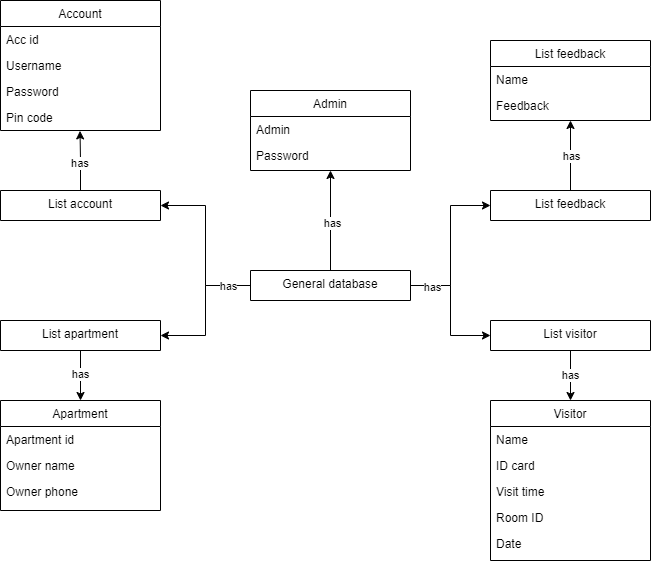
The draw.io diagram diagram/Class Diagram.drawio.png in duongminhthanh/app_system_management_visitor_for_old_aparment, before a commit. Source tidied: cells renumbered, new cells last; positions are measured from the earlier drawing's top-left corner, leaving out a move shared by most shapes.
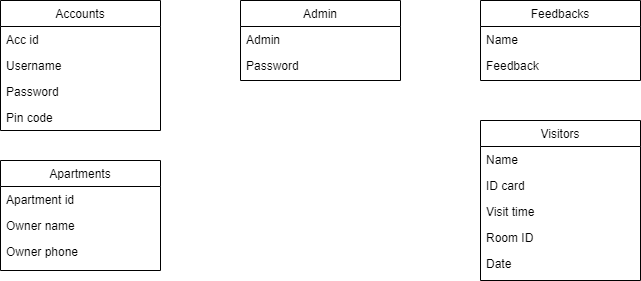
The same diagram one commit later.

What changed in the source:
```diff
@@ -2,8 +2,8 @@
   <root>
     <mxCell id="0" />
     <mxCell id="1" parent="0" />
-    <mxCell id="2" value="Account" style="swimlane;fontStyle=0;align=center;verticalAlign=top;horizontal=1;startSize=26;rounded=0;shadow=0;strokeWidth=1;" parent="1" vertex="1">
-      <mxGeometry width="160" height="130" as="geometry" />
+    <mxCell id="2" value="Accounts" style="swimlane;fontStyle=0;align=center;verticalAlign=top;horizontal=1;startSize=26;rounded=0;shadow=0;strokeWidth=1;" parent="1" vertex="1">
+      <mxGeometry x="-20" y="20" width="160" height="130" as="geometry" />
     </mxCell>
     <mxCell id="3" value="Acc id" style="text;align=left;verticalAlign=top;spacingLeft=4;spacingRight=4;overflow=hidden;" parent="2" vertex="1">
       <mxGeometry y="26" width="160" height="26" as="geometry" />
@@ -18,7 +18,7 @@
       <mxGeometry y="104" width="160" height="26" as="geometry" />
     </mxCell>
     <mxCell id="7" value="Admin" style="swimlane;fontStyle=0;align=center;verticalAlign=top;horizontal=1;startSize=26;rounded=0;shadow=0;strokeWidth=1;" parent="1" vertex="1">
-      <mxGeometry x="250" y="90" width="160" height="80" as="geometry" />
+      <mxGeometry x="220" y="20" width="160" height="80" as="geometry" />
     </mxCell>
     <mxCell id="8" value="Admin" style="text;align=left;verticalAlign=top;spacingLeft=4;spacingRight=4;overflow=hidden;" parent="7" vertex="1">
       <mxGeometry y="26" width="160" height="26" as="geometry" />
@@ -26,8 +26,8 @@
     <mxCell id="9" value="Password" style="text;align=left;verticalAlign=top;spacingLeft=4;spacingRight=4;overflow=hidden;rounded=0;shadow=0;html=0;" parent="7" vertex="1">
       <mxGeometry y="52" width="160" height="28" as="geometry" />
     </mxCell>
-    <mxCell id="10" value="Visitor" style="swimlane;fontStyle=0;align=center;verticalAlign=top;horizontal=1;startSize=26;rounded=0;shadow=0;strokeWidth=1;" parent="1" vertex="1">
-      <mxGeometry x="490" y="400" width="160" height="160" as="geometry" />
+    <mxCell id="10" value="Visitors" style="swimlane;fontStyle=0;align=center;verticalAlign=top;horizontal=1;startSize=26;rounded=0;shadow=0;strokeWidth=1;" parent="1" vertex="1">
+      <mxGeometry x="460" y="140" width="160" height="160" as="geometry" />
     </mxCell>
     <mxCell id="11" value="Name" style="text;align=left;verticalAlign=top;spacingLeft=4;spacingRight=4;overflow=hidden;" parent="10" vertex="1">
       <mxGeometry y="26" width="160" height="26" as="geometry" />
@@ -44,8 +44,8 @@
     <mxCell id="15" value="Date" style="text;align=left;verticalAlign=top;spacingLeft=4;spacingRight=4;overflow=hidden;rounded=0;shadow=0;html=0;" parent="10" vertex="1">
       <mxGeometry y="130" width="160" height="26" as="geometry" />
     </mxCell>
-    <mxCell id="16" value="Apartment" style="swimlane;fontStyle=0;align=center;verticalAlign=top;horizontal=1;startSize=26;rounded=0;shadow=0;strokeWidth=1;" parent="1" vertex="1">
-      <mxGeometry y="400" width="160" height="110" as="geometry" />
+    <mxCell id="16" value="Apartments" style="swimlane;fontStyle=0;align=center;verticalAlign=top;horizontal=1;startSize=26;rounded=0;shadow=0;strokeWidth=1;" parent="1" vertex="1">
+      <mxGeometry x="-20" y="180" width="160" height="110" as="geometry" />
     </mxCell>
     <mxCell id="17" value="Apartment id" style="text;align=left;verticalAlign=top;spacingLeft=4;spacingRight=4;overflow=hidden;" parent="16" vertex="1">
       <mxGeometry y="26" width="160" height="26" as="geometry" />
@@ -56,8 +56,8 @@
     <mxCell id="19" value="Owner phone" style="text;align=left;verticalAlign=top;spacingLeft=4;spacingRight=4;overflow=hidden;rounded=0;shadow=0;html=0;" parent="16" vertex="1">
       <mxGeometry y="78" width="160" height="26" as="geometry" />
     </mxCell>
-    <mxCell id="20" value="List feedback" style="swimlane;fontStyle=0;align=center;verticalAlign=top;horizontal=1;startSize=26;rounded=0;shadow=0;strokeWidth=1;" parent="1" vertex="1">
-      <mxGeometry x="490" y="40" width="160" height="80" as="geometry" />
+    <mxCell id="20" value="Feedbacks" style="swimlane;fontStyle=0;align=center;verticalAlign=top;horizontal=1;startSize=26;rounded=0;shadow=0;strokeWidth=1;" parent="1" vertex="1">
+      <mxGeometry x="460" y="20" width="160" height="80" as="geometry" />
     </mxCell>
     <mxCell id="21" value="Name" style="text;align=left;verticalAlign=top;spacingLeft=4;spacingRight=4;overflow=hidden;" parent="20" vertex="1">
       <mxGeometry y="26" width="160" height="26" as="geometry" />
@@ -65,65 +65,5 @@
     <mxCell id="22" value="Feedback" style="text;align=left;verticalAlign=top;spacingLeft=4;spacingRight=4;overflow=hidden;rounded=0;shadow=0;html=0;" parent="20" vertex="1">
       <mxGeometry y="52" width="160" height="26" as="geometry" />
     </mxCell>
-    <mxCell id="23" style="edgeStyle=orthogonalEdgeStyle;rounded=0;jettySize=auto;html=1;entryX=0.497;entryY=1.015;entryDx=0;entryDy=0;entryPerimeter=0;" parent="1" edge="1" source="25" target="6">
-      <mxGeometry relative="1" as="geometry" />
-    </mxCell>
-    <mxCell id="24" value="has&amp;nbsp;" style="edgeLabel;html=1;align=center;verticalAlign=middle;" parent="23" vertex="1">
-      <mxGeometry x="-0.08" relative="1" as="geometry" />
-    </mxCell>
-    <mxCell id="25" value="List account" style="swimlane;fontStyle=0;align=center;verticalAlign=top;horizontal=1;startSize=0;rounded=0;shadow=0;strokeWidth=1;" parent="1" vertex="1">
-      <mxGeometry y="190" width="160" height="30" as="geometry" />
-    </mxCell>
-    <mxCell id="26" style="edgeStyle=orthogonalEdgeStyle;rounded=0;jettySize=auto;html=1;entryX=0.5;entryY=1;entryDx=0;entryDy=0;" parent="1" edge="1" source="34" target="7">
-      <mxGeometry relative="1" as="geometry" />
-    </mxCell>
-    <mxCell id="27" value="has" style="edgeLabel;html=1;align=center;verticalAlign=middle;" parent="26" vertex="1">
-      <mxGeometry x="-0.05" y="-1" relative="1" as="geometry" />
-    </mxCell>
-    <mxCell id="28" style="edgeStyle=orthogonalEdgeStyle;rounded=0;jettySize=auto;html=1;entryX=0;entryY=0.5;entryDx=0;entryDy=0;" parent="1" edge="1" source="34" target="37">
-      <mxGeometry relative="1" as="geometry" />
-    </mxCell>
-    <mxCell id="29" style="edgeStyle=orthogonalEdgeStyle;rounded=0;jettySize=auto;html=1;entryX=1;entryY=0.5;entryDx=0;entryDy=0;" parent="1" edge="1" source="34" target="25">
-      <mxGeometry relative="1" as="geometry" />
-    </mxCell>
-    <mxCell id="30" style="edgeStyle=orthogonalEdgeStyle;rounded=0;jettySize=auto;html=1;entryX=1;entryY=0.5;entryDx=0;entryDy=0;" parent="1" edge="1" source="34" target="40">
-      <mxGeometry relative="1" as="geometry" />
-    </mxCell>
-    <mxCell id="31" value="has" style="edgeLabel;html=1;align=center;verticalAlign=middle;" parent="30" vertex="1">
-      <mxGeometry x="-0.67" relative="1" as="geometry" />
-    </mxCell>
-    <mxCell id="32" style="edgeStyle=orthogonalEdgeStyle;rounded=0;jettySize=auto;html=1;entryX=0;entryY=0.5;entryDx=0;entryDy=0;" parent="1" edge="1" source="34" target="42">
-      <mxGeometry relative="1" as="geometry" />
-    </mxCell>
-    <mxCell id="33" value="has" style="edgeLabel;html=1;align=center;verticalAlign=middle;" parent="32" vertex="1">
-      <mxGeometry x="-0.68" y="-1" relative="1" as="geometry" />
-    </mxCell>
-    <mxCell id="34" value="General database" style="swimlane;fontStyle=0;align=center;verticalAlign=top;horizontal=1;startSize=0;rounded=0;shadow=0;strokeWidth=1;" parent="1" vertex="1">
-      <mxGeometry x="250" y="270" width="160" height="30" as="geometry" />
-    </mxCell>
-    <mxCell id="35" style="edgeStyle=orthogonalEdgeStyle;rounded=0;jettySize=auto;html=1;entryX=0.5;entryY=1;entryDx=0;entryDy=0;" parent="1" edge="1" source="37" target="20">
-      <mxGeometry relative="1" as="geometry" />
-    </mxCell>
-    <mxCell id="36" value="has" style="edgeLabel;html=1;align=center;verticalAlign=middle;" parent="35" vertex="1">
-      <mxGeometry x="-0.01" relative="1" as="geometry" />
-    </mxCell>
-    <mxCell id="37" value="List feedback" style="swimlane;fontStyle=0;align=center;verticalAlign=top;horizontal=1;startSize=0;rounded=0;shadow=0;strokeWidth=1;" parent="1" vertex="1">
-      <mxGeometry x="490" y="190" width="160" height="30" as="geometry" />
-    </mxCell>
-    <mxCell id="38" style="edgeStyle=orthogonalEdgeStyle;rounded=0;jettySize=auto;html=1;entryX=0.5;entryY=0;entryDx=0;entryDy=0;" parent="1" edge="1" source="40" target="16">
-      <mxGeometry relative="1" as="geometry" />
-    </mxCell>
-    <mxCell id="39" value="has" style="edgeLabel;html=1;align=center;verticalAlign=middle;" parent="38" vertex="1">
-      <mxGeometry x="-0.06" y="-1" relative="1" as="geometry" />
-    </mxCell>
-    <mxCell id="40" value="List apartment" style="swimlane;fontStyle=0;align=center;verticalAlign=top;horizontal=1;startSize=0;rounded=0;shadow=0;strokeWidth=1;" parent="1" vertex="1">
-      <mxGeometry y="320" width="160" height="30" as="geometry" />
-    </mxCell>
-    <mxCell id="41" value="has" style="edgeStyle=orthogonalEdgeStyle;rounded=0;jettySize=auto;html=1;entryX=0.5;entryY=0;entryDx=0;entryDy=0;" parent="1" edge="1" source="42" target="10">
-      <mxGeometry relative="1" as="geometry" />
-    </mxCell>
-    <mxCell id="42" value="List visitor" style="swimlane;fontStyle=0;align=center;verticalAlign=top;horizontal=1;startSize=0;rounded=0;shadow=0;strokeWidth=1;" parent="1" vertex="1">
-      <mxGeometry x="490" y="320" width="160" height="30" as="geometry" />
-    </mxCell>
   </root>
 </mxGraphModel>
```
